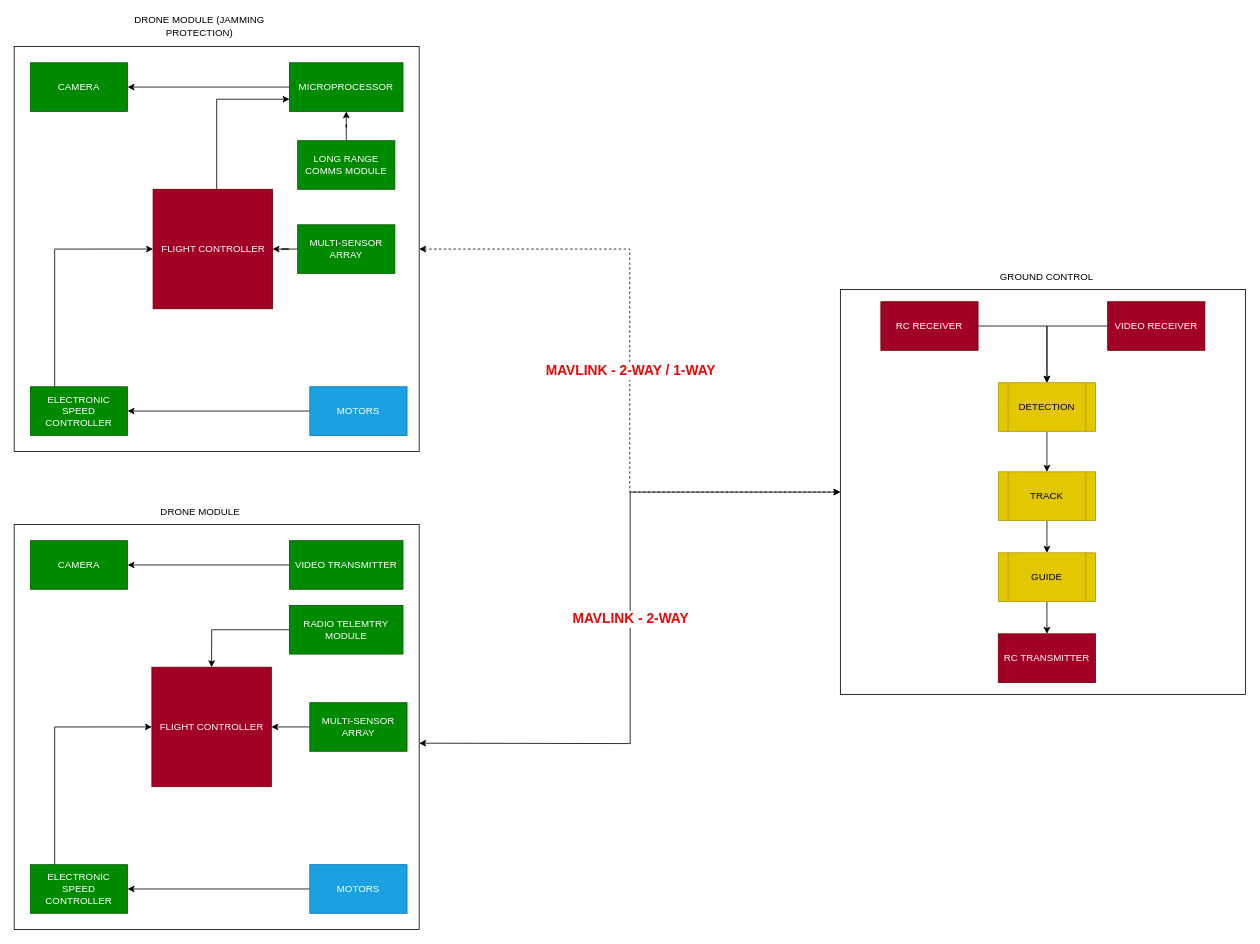
Above: design/component_relationship.drawio in S-Khos/Precision-Guided-Loitering-Drone (draw.io), before the change. Source tidied: cells renumbered, new cells numbered last; positions are measured from the earlier drawing's top-left corner, leaving out a move shared by most shapes. Both pictures are drawn from the tidied source at 81%, with x=0, y=0 at pixel (14, 14).
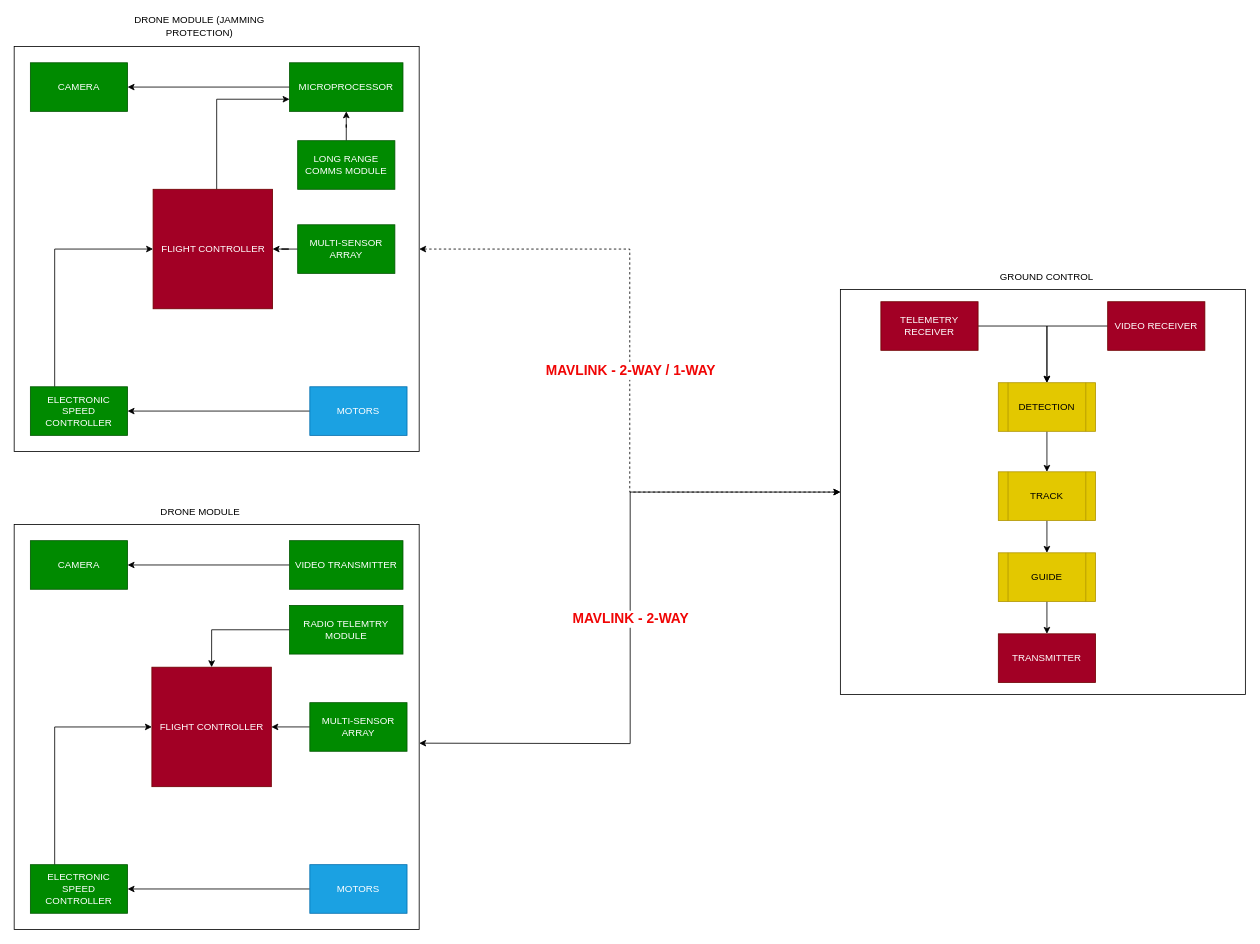
After the change.

What changed in the source:
```diff
@@
-    <mxCell id="21" value="RC TRANSMITTER" style="rounded=0;whiteSpace=wrap;html=1;fillColor=#a20025;fontColor=#ffffff;strokeColor=#6F0000;" parent="1" vertex="1">
+    <mxCell id="21" value="TRANSMITTER" style="rounded=0;whiteSpace=wrap;html=1;fillColor=#a20025;fontColor=#ffffff;strokeColor=#6F0000;" parent="1" vertex="1">
       <mxGeometry x="1215" y="765" width="120" height="60" as="geometry" />
     </mxCell>
@@
-    <mxCell id="47" value="RC RECEIVER" style="rounded=0;whiteSpace=wrap;html=1;fillColor=#a20025;fontColor=#ffffff;strokeColor=#6F0000;" parent="1" vertex="1">
+    <mxCell id="47" value="TELEMETRY RECEIVER" style="rounded=0;whiteSpace=wrap;html=1;fillColor=#a20025;fontColor=#ffffff;strokeColor=#6F0000;" parent="1" vertex="1">
       <mxGeometry x="1070" y="355" width="120" height="60" as="geometry" />
     </mxCell>
```
